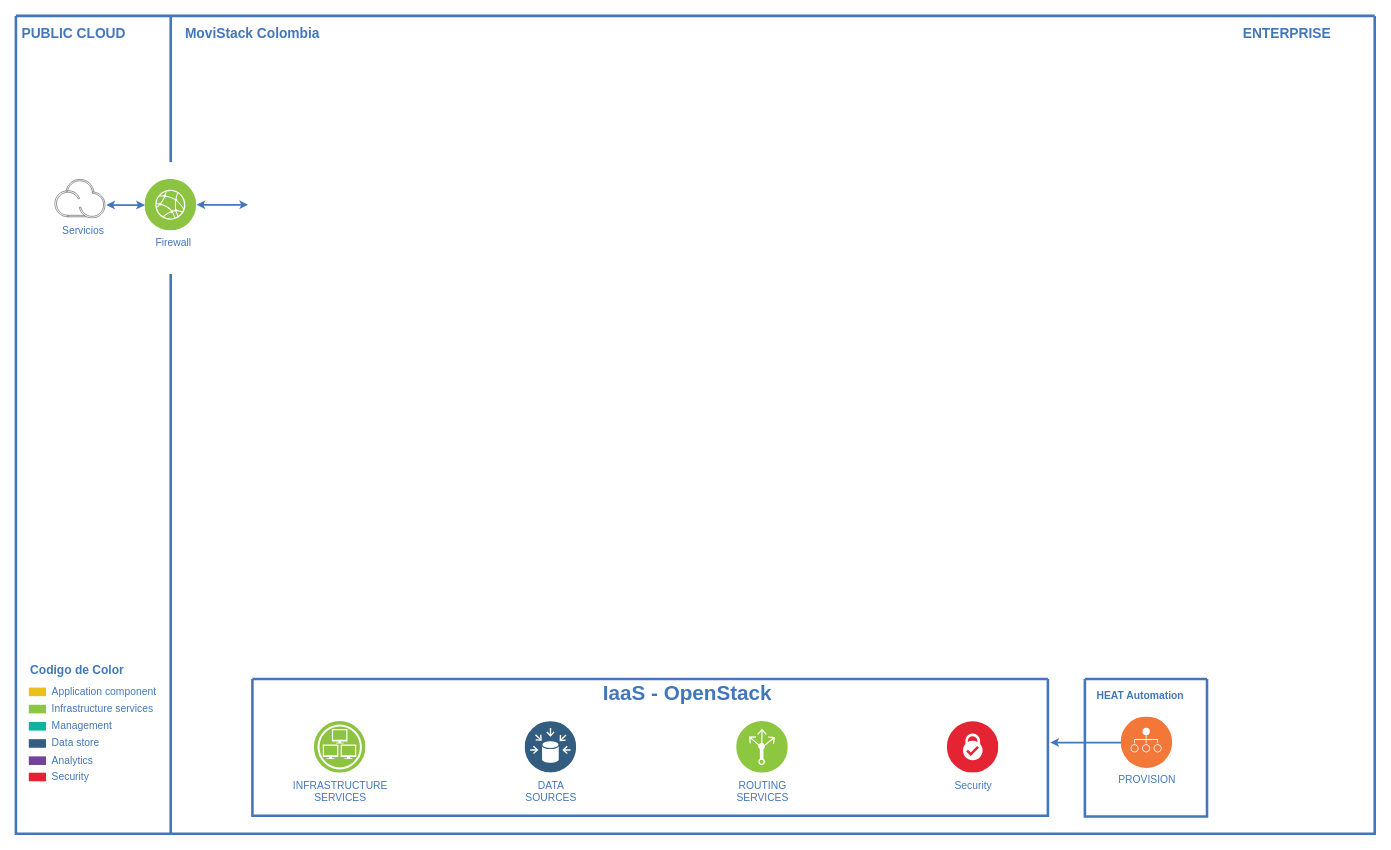
Earlier version of the draw.io diagram MOVISTACK-OpenStack.drawio (Celera/postfix). Source tidied: cells renumbered, new cells numbered last; positions are measured from the earlier drawing's top-left corner, leaving out a move shared by most shapes. Both pictures are drawn from the tidied source at 86%, with x=0, y=0 at pixel (15, 15).
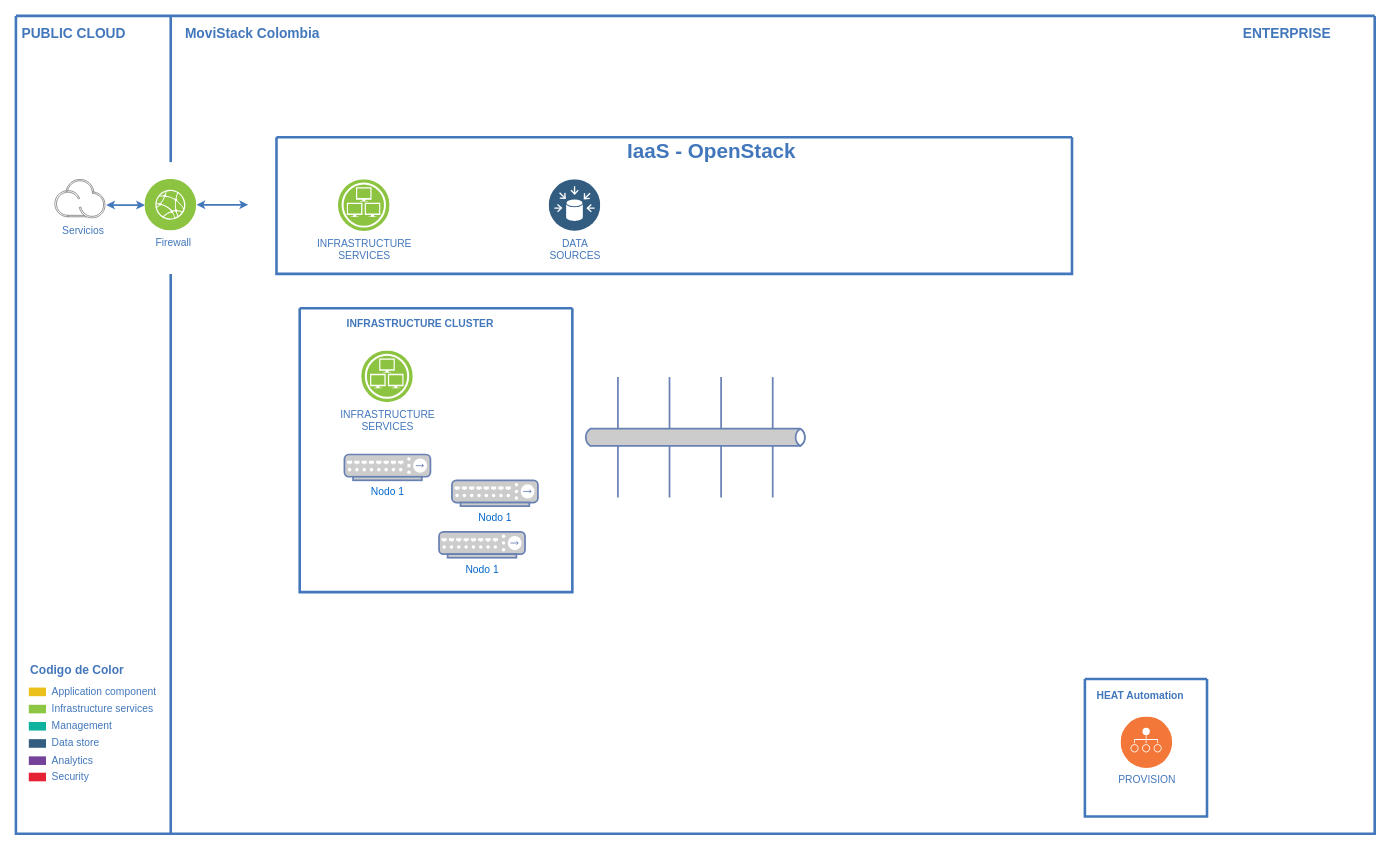
The same diagram, later.

Unchanged cells that the change refers to:
```xml
<mxCell id="2" value="d" style="swimlane;shadow=0;strokeColor=#4277BB;fillColor=#ffffff;fontColor=none;align=right;startSize=0;noLabel=1;strokeWidth=3;" parent="1" vertex="1">
  <mxGeometry width="1580" height="951" as="geometry" />
</mxCell>
<mxCell id="28" value="PROVISION" style="perimeter=ellipsePerimeter;html=1;align=center;shadow=0;dashed=0;image;image=img/lib/ibm/devops/provision.svg;labelBackgroundColor=none;strokeColor=#4277BB;strokeWidth=2;fillColor=none;gradientColor=none;fontSize=12;fontColor=#4277BB;" parent="27" vertex="1">
  <mxGeometry x="42" y="44" width="60" height="60" as="geometry" />
</mxCell>
```

What changed in the source:
```diff
@@
-    <mxCell id="18" style="swimlane;shadow=0;labelBackgroundColor=#007FFF;strokeColor=#4277BB;fillColor=none;gradientColor=none;fontColor=#000000;align=right;startSize=0;strokeWidth=3;" parent="2" vertex="1">
-      <mxGeometry x="275" y="771" width="925" height="159" as="geometry" />
-    </mxCell>
-    <mxCell id="19" value="INFRASTRUCTURE&lt;div&gt;SERVICES&lt;/div&gt;" style="perimeter=ellipsePerimeter;html=1;align=center;shadow=0;dashed=0;image;image=img/lib/ibm/infrastructure/infrastructure_services.svg;labelBackgroundColor=none;strokeColor=#4277BB;strokeWidth=2;fillColor=none;gradientColor=none;fontSize=12;fontColor=#4277BB;" parent="18" vertex="1">
-      <mxGeometry x="72" y="49.5" width="60" height="60" as="geometry" />
-    </mxCell>
-    <mxCell id="20" value="DATA&lt;div&gt;SOURCES&lt;/div&gt;" style="perimeter=ellipsePerimeter;html=1;align=center;shadow=0;dashed=0;image;image=img/lib/ibm/data/data_sources.svg;labelBackgroundColor=none;strokeColor=#4277BB;strokeWidth=2;fillColor=none;gradientColor=none;fontSize=12;fontColor=#4277BB;" parent="18" vertex="1">
-      <mxGeometry x="317" y="49.5" width="60" height="60" as="geometry" />
-    </mxCell>
-    <mxCell id="21" value="ROUTING&lt;div&gt;SERVICES&lt;/div&gt;" style="perimeter=ellipsePerimeter;html=1;align=center;shadow=0;dashed=0;image;image=img/lib/ibm/infrastructure/load_balancing_routing.svg;labelBackgroundColor=none;strokeColor=#4277BB;strokeWidth=2;fillColor=none;gradientColor=none;fontSize=12;fontColor=#4277BB;" parent="18" vertex="1">
-      <mxGeometry x="563" y="49.5" width="60" height="60" as="geometry" />
-    </mxCell>
-    <mxCell id="22" value="Security" style="perimeter=ellipsePerimeter;html=1;align=center;shadow=0;dashed=0;image;image=img/lib/ibm/blockchain/certificate_authority.svg;labelBackgroundColor=none;strokeColor=#4277BB;strokeWidth=2;fillColor=none;gradientColor=none;fontSize=12;fontColor=#4277BB;" parent="18" vertex="1">
-      <mxGeometry x="808" y="49.5" width="60" height="60" as="geometry" />
-    </mxCell>
-    <mxCell id="23" value="&lt;font style=&quot;font-size: 24px&quot;&gt;IaaS - OpenStack&lt;/font&gt;" style="text;html=1;align=left;verticalAlign=middle;fontColor=#4277BB;shadow=0;dashed=0;strokeColor=none;fillColor=none;labelBackgroundColor=none;fontStyle=1;fontSize=12;spacingLeft=5;" parent="18" vertex="1">
-      <mxGeometry x="401" y="-1" width="222" height="35" as="geometry" />
-    </mxCell>
@@
-    <mxCell id="26" style="edgeStyle=elbowEdgeStyle;rounded=0;html=1;labelBackgroundColor=#ffffff;startArrow=none;startFill=0;startSize=4;endArrow=classic;endFill=1;endSize=4;jettySize=auto;strokeColor=#4277BB;strokeWidth=2;fontSize=12;fontColor=#4277BB;entryX=1.003;entryY=0.464;entryPerimeter=0;elbow=vertical;" parent="2" edge="1" source="28" target="18">
-      <mxGeometry relative="1" as="geometry" />
-    </mxCell>
@@
+    <mxCell id="30" style="swimlane;shadow=0;labelBackgroundColor=#007FFF;strokeColor=#4277BB;fillColor=none;gradientColor=none;fontColor=#000000;align=right;startSize=0;strokeWidth=3;" parent="2" vertex="1">
+      <mxGeometry x="303" y="141" width="925" height="159" as="geometry" />
+    </mxCell>
+    <mxCell id="31" value="INFRASTRUCTURE&lt;div&gt;SERVICES&lt;/div&gt;" style="perimeter=ellipsePerimeter;html=1;align=center;shadow=0;dashed=0;image;image=img/lib/ibm/infrastructure/infrastructure_services.svg;labelBackgroundColor=none;strokeColor=#4277BB;strokeWidth=2;fillColor=none;gradientColor=none;fontSize=12;fontColor=#4277BB;" parent="30" vertex="1">
+      <mxGeometry x="72" y="49.5" width="60" height="60" as="geometry" />
+    </mxCell>
+    <mxCell id="20" value="DATA&lt;div&gt;SOURCES&lt;/div&gt;" style="perimeter=ellipsePerimeter;html=1;align=center;shadow=0;dashed=0;image;image=img/lib/ibm/data/data_sources.svg;labelBackgroundColor=none;strokeColor=#4277BB;strokeWidth=2;fillColor=none;gradientColor=none;fontSize=12;fontColor=#4277BB;" parent="30" vertex="1">
+      <mxGeometry x="317" y="49.5" width="60" height="60" as="geometry" />
+    </mxCell>
+    <mxCell id="32" value="&lt;font style=&quot;font-size: 24px&quot;&gt;IaaS - OpenStack&lt;/font&gt;" style="text;html=1;align=left;verticalAlign=middle;fontColor=#4277BB;shadow=0;dashed=0;strokeColor=none;fillColor=none;labelBackgroundColor=none;fontStyle=1;fontSize=12;spacingLeft=5;" parent="30" vertex="1">
+      <mxGeometry x="401" y="-1" width="222" height="35" as="geometry" />
+    </mxCell>
+    <mxCell id="33" style="html=1;fillColor=#CCCCCC;strokeColor=#6881B3;gradientColor=none;gradientDirection=north;strokeWidth=2;shape=mxgraph.networks.bus;gradientColor=none;gradientDirection=north;fontColor=#ffffff;perimeter=backbonePerimeter;backboneSize=20;" parent="2" vertex="1">
+      <mxGeometry x="660" y="480" width="260" height="20" as="geometry" />
+    </mxCell>
+    <mxCell id="34" style="strokeColor=#6881B3;edgeStyle=none;rounded=0;endArrow=none;html=1;strokeWidth=2;" parent="2" edge="1" target="33">
+      <mxGeometry relative="1" as="geometry">
+        <mxPoint x="700" y="420" as="sourcePoint" />
+      </mxGeometry>
+    </mxCell>
+    <mxCell id="35" style="strokeColor=#6881B3;edgeStyle=none;rounded=0;endArrow=none;html=1;strokeWidth=2;" parent="2" edge="1" target="33">
+      <mxGeometry relative="1" as="geometry">
+        <mxPoint x="760" y="420" as="sourcePoint" />
+      </mxGeometry>
+    </mxCell>
+    <mxCell id="36" style="strokeColor=#6881B3;edgeStyle=none;rounded=0;endArrow=none;html=1;strokeWidth=2;" parent="2" edge="1" target="33">
+      <mxGeometry relative="1" as="geometry">
+        <mxPoint x="820" y="420" as="sourcePoint" />
+      </mxGeometry>
+    </mxCell>
+    <mxCell id="37" style="strokeColor=#6881B3;edgeStyle=none;rounded=0;endArrow=none;html=1;strokeWidth=2;" parent="2" edge="1" target="33">
+      <mxGeometry relative="1" as="geometry">
+        <mxPoint x="880" y="420" as="sourcePoint" />
+      </mxGeometry>
+    </mxCell>
+    <mxCell id="38" style="strokeColor=#6881B3;edgeStyle=none;rounded=0;endArrow=none;html=1;strokeWidth=2;" parent="2" edge="1" target="33">
+      <mxGeometry relative="1" as="geometry">
+        <mxPoint x="700" y="560" as="sourcePoint" />
+      </mxGeometry>
+    </mxCell>
+    <mxCell id="39" style="strokeColor=#6881B3;edgeStyle=none;rounded=0;endArrow=none;html=1;strokeWidth=2;" parent="2" edge="1" target="33">
+      <mxGeometry relative="1" as="geometry">
+        <mxPoint x="760" y="560" as="sourcePoint" />
+      </mxGeometry>
+    </mxCell>
+    <mxCell id="40" style="strokeColor=#6881B3;edgeStyle=none;rounded=0;endArrow=none;html=1;strokeWidth=2;" parent="2" edge="1" target="33">
+      <mxGeometry relative="1" as="geometry">
+        <mxPoint x="820" y="560" as="sourcePoint" />
+      </mxGeometry>
+    </mxCell>
+    <mxCell id="41" style="strokeColor=#6881B3;edgeStyle=none;rounded=0;endArrow=none;html=1;strokeWidth=2;" parent="2" edge="1" target="33">
+      <mxGeometry relative="1" as="geometry">
+        <mxPoint x="880" y="560" as="sourcePoint" />
+      </mxGeometry>
+    </mxCell>
+    <mxCell id="18" style="swimlane;shadow=0;labelBackgroundColor=#007FFF;strokeColor=#4277BB;fillColor=none;gradientColor=none;fontColor=#000000;align=right;startSize=0;strokeWidth=3;" parent="2" vertex="1">
+      <mxGeometry x="330" y="340" width="317" height="330" as="geometry" />
+    </mxCell>
+    <mxCell id="19" value="INFRASTRUCTURE&lt;div&gt;SERVICES&lt;/div&gt;" style="perimeter=ellipsePerimeter;html=1;align=center;shadow=0;dashed=0;image;image=img/lib/ibm/infrastructure/infrastructure_services.svg;labelBackgroundColor=none;strokeColor=#4277BB;strokeWidth=2;fillColor=none;gradientColor=none;fontSize=12;fontColor=#4277BB;" parent="18" vertex="1">
+      <mxGeometry x="72" y="49.5" width="60" height="60" as="geometry" />
+    </mxCell>
+    <mxCell id="23" value="INFRASTRUCTURE CLUSTER" style="text;html=1;align=left;verticalAlign=middle;fontColor=#4277BB;shadow=0;dashed=0;strokeColor=none;fillColor=none;labelBackgroundColor=none;fontStyle=1;fontSize=12;spacingLeft=5;" parent="18" vertex="1">
+      <mxGeometry x="47.5" width="192.5" height="35" as="geometry" />
+    </mxCell>
+    <mxCell id="42" value="Nodo 1" style="fontColor=#0066CC;verticalAlign=top;verticalLabelPosition=bottom;labelPosition=center;align=center;html=1;fillColor=#CCCCCC;strokeColor=#6881B3;gradientColor=none;gradientDirection=north;strokeWidth=2;shape=mxgraph.networks.hub;" parent="18" vertex="1">
+      <mxGeometry x="52" y="170" width="100" height="30" as="geometry" />
+    </mxCell>
+    <mxCell id="43" value="Nodo 1" style="fontColor=#0066CC;verticalAlign=top;verticalLabelPosition=bottom;labelPosition=center;align=center;html=1;fillColor=#CCCCCC;strokeColor=#6881B3;gradientColor=none;gradientDirection=north;strokeWidth=2;shape=mxgraph.networks.hub;" parent="18" vertex="1">
+      <mxGeometry x="162" y="260" width="100" height="30" as="geometry" />
+    </mxCell>
+    <mxCell id="44" value="Nodo 1" style="fontColor=#0066CC;verticalAlign=top;verticalLabelPosition=bottom;labelPosition=center;align=center;html=1;fillColor=#CCCCCC;strokeColor=#6881B3;gradientColor=none;gradientDirection=north;strokeWidth=2;shape=mxgraph.networks.hub;" parent="18" vertex="1">
+      <mxGeometry x="177" y="200" width="100" height="30" as="geometry" />
+    </mxCell>
```
